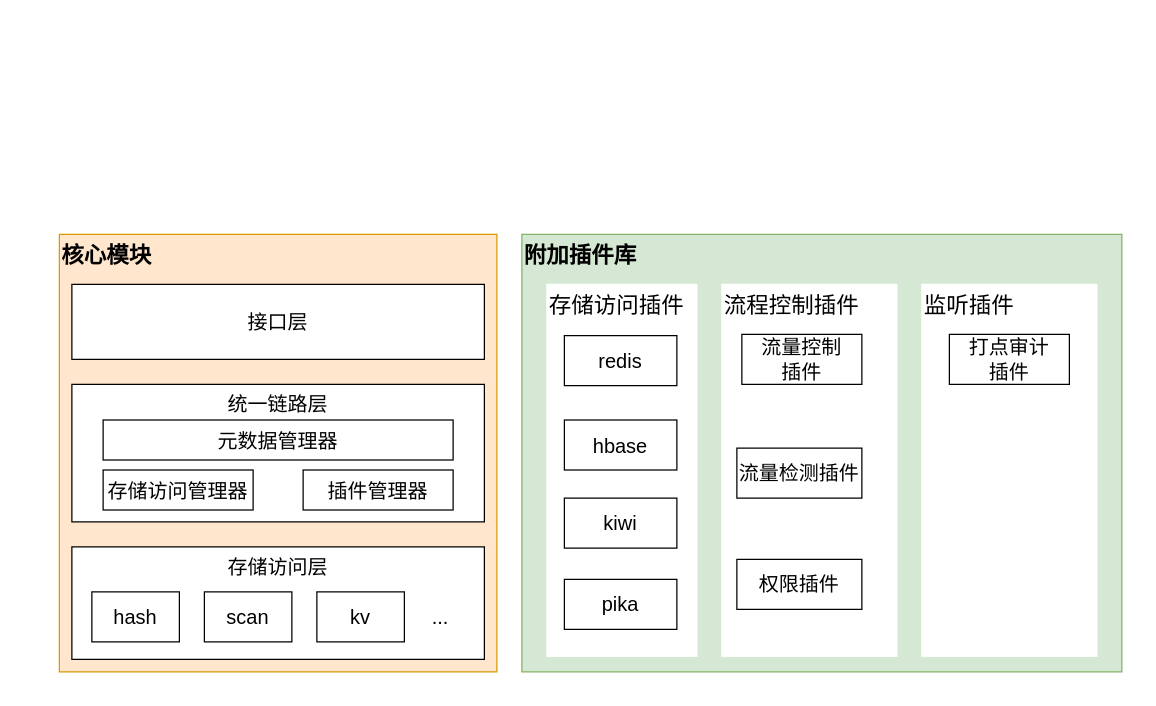
Earlier version of the draw.io diagram 多模块设计.drawio (FlyThroughAir/DrawHere). Source tidied: cells renumbered, new cells numbered last; positions are measured from the earlier drawing's top-left corner, leaving out a move shared by most shapes. Both pictures are drawn from the tidied source at 125%, with x=0, y=0 at pixel (59, 234).
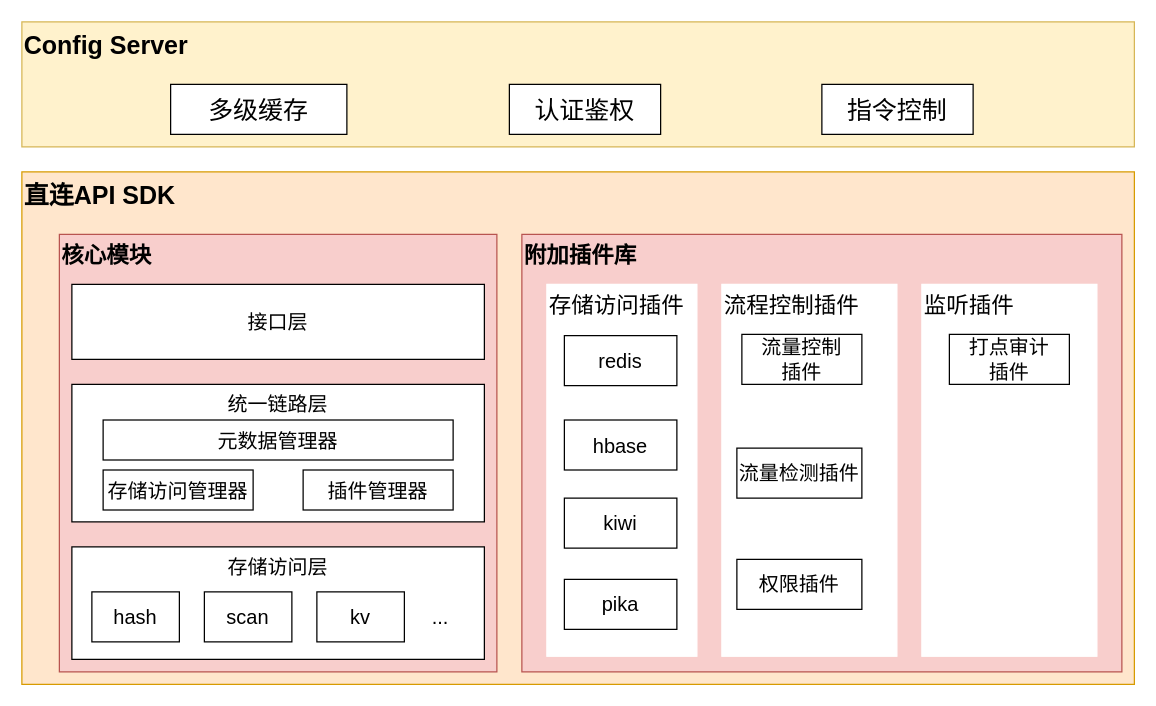
The same page after the edit.

Commit message:
Update 多模块设计.drawio

What changed in the source:
```diff
@@
+    <mxCell id="25" value="&lt;font style=&quot;font-size: 20px&quot;&gt;&lt;b&gt;直连API SDK&lt;/b&gt;&lt;/font&gt;" style="rounded=0;whiteSpace=wrap;html=1;verticalAlign=top;align=left;fillColor=#ffe6cc;strokeColor=#d79b00;" parent="1" vertex="1">
+      <mxGeometry x="-30" y="-50" width="890" height="410" as="geometry" />
+    </mxCell>
-    <mxCell id="2" value="附加插件库" style="rounded=0;whiteSpace=wrap;html=1;verticalAlign=top;align=left;fontSize=18;fontStyle=1;fillColor=#d5e8d4;strokeColor=#82b366;" parent="1" vertex="1">
+    <mxCell id="2" value="附加插件库" style="rounded=0;whiteSpace=wrap;html=1;verticalAlign=top;align=left;fontSize=18;fontStyle=1;fillColor=#f8cecc;strokeColor=#b85450;" parent="1" vertex="1">
       <mxGeometry x="370" width="480" height="350" as="geometry" />
     </mxCell>
-    <mxCell id="3" value="核心模块" style="rounded=0;whiteSpace=wrap;html=1;verticalAlign=top;align=left;fontSize=18;fontStyle=1;fillColor=#ffe6cc;strokeColor=#d79b00;" parent="1" vertex="1">
+    <mxCell id="3" value="核心模块" style="rounded=0;whiteSpace=wrap;html=1;verticalAlign=top;align=left;fontSize=18;fontStyle=1;fillColor=#f8cecc;strokeColor=#b85450;" parent="1" vertex="1">
       <mxGeometry width="350" height="350" as="geometry" />
     </mxCell>
@@
+    <mxCell id="26" value="&lt;b&gt;Config Server&lt;/b&gt;" style="rounded=0;whiteSpace=wrap;html=1;fontSize=20;verticalAlign=top;align=left;fillColor=#fff2cc;strokeColor=#d6b656;" parent="1" vertex="1">
+      <mxGeometry x="-30" y="-170" width="890" height="100" as="geometry" />
+    </mxCell>
+    <mxCell id="27" value="多级缓存" style="rounded=0;whiteSpace=wrap;html=1;fontSize=20;" parent="1" vertex="1">
+      <mxGeometry x="89" y="-120" width="141" height="40" as="geometry" />
+    </mxCell>
+    <mxCell id="28" value="认证鉴权" style="rounded=0;whiteSpace=wrap;html=1;fontSize=20;" parent="1" vertex="1">
+      <mxGeometry x="360" y="-120" width="121" height="40" as="geometry" />
+    </mxCell>
+    <mxCell id="29" value="指令控制" style="rounded=0;whiteSpace=wrap;html=1;fontSize=20;" parent="1" vertex="1">
+      <mxGeometry x="610" y="-120" width="121" height="40" as="geometry" />
+    </mxCell>
```
